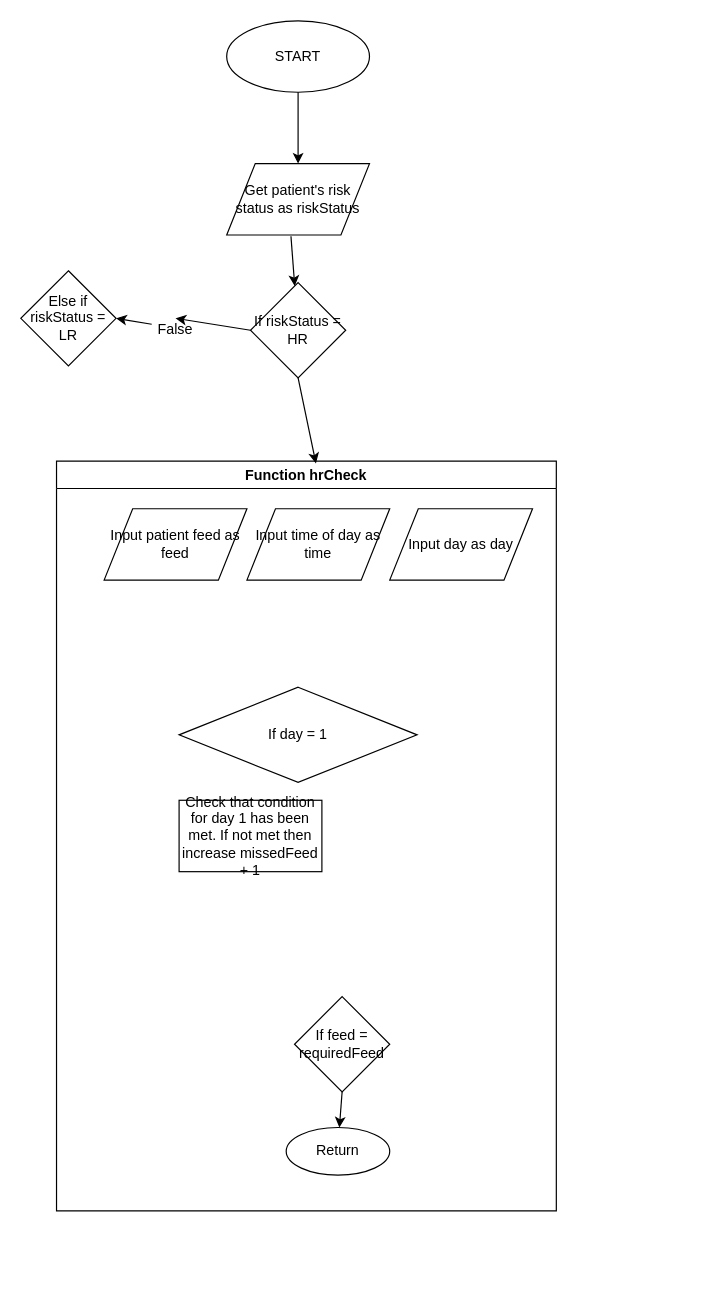
MichaelTonkin/ic-food-helper keeps this draw.io diagram as plan/ifd-algorithm.drawio. Above is the earlier version. Source tidied: cells renumbered, new cells numbered last; positions are measured from the earlier drawing's top-left corner, leaving out a move shared by most shapes. Both pictures are drawn from the tidied source at 119%, with x=0, y=0 at pixel (20, 20).
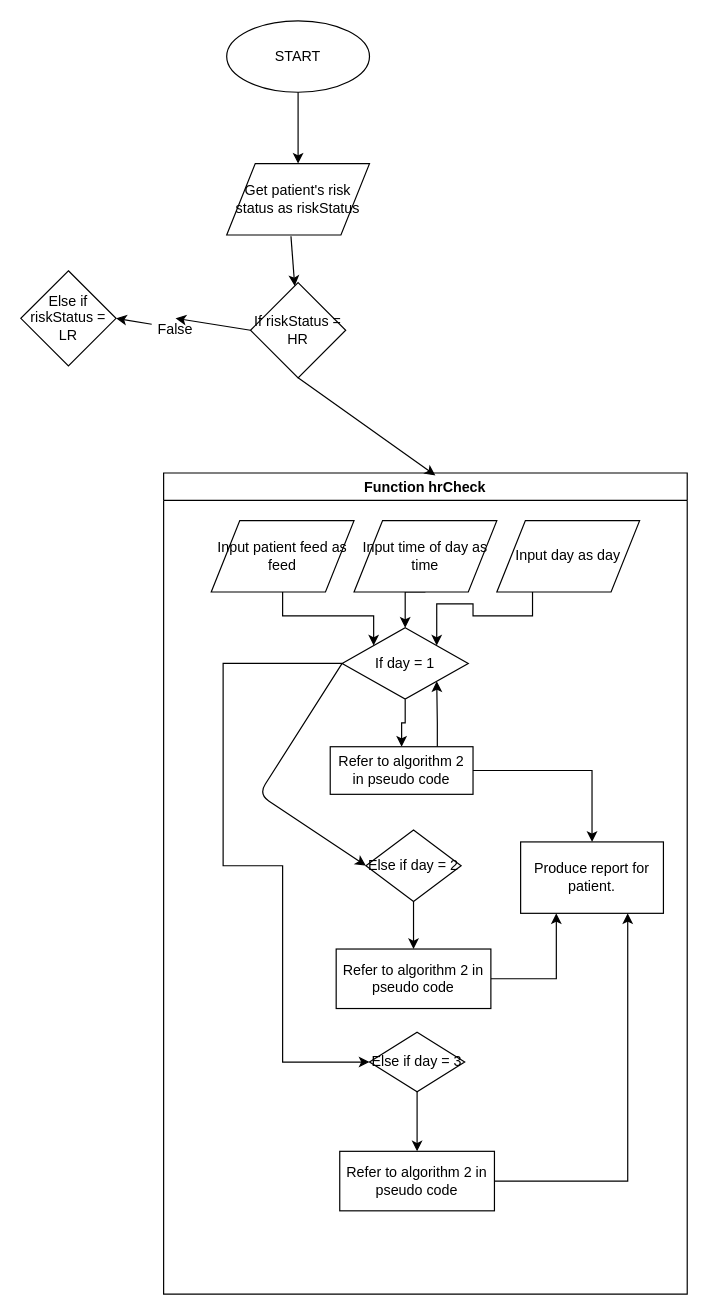
After the change.

The change refers to these unchanged cells:
```xml
<mxCell id="12" value="Input patient feed as feed" style="shape=parallelogram;perimeter=parallelogramPerimeter;whiteSpace=wrap;html=1;" parent="11" vertex="1">
  <mxGeometry x="40" y="40" width="120" height="60" as="geometry" />
</mxCell>
<mxCell id="13" value="Input time of day as time" style="shape=parallelogram;perimeter=parallelogramPerimeter;whiteSpace=wrap;html=1;" parent="11" vertex="1">
  <mxGeometry x="160" y="40" width="120" height="60" as="geometry" />
</mxCell>
<mxCell id="18" value="Input day as day" style="shape=parallelogram;perimeter=parallelogramPerimeter;whiteSpace=wrap;html=1;" parent="11" vertex="1">
  <mxGeometry x="280" y="40" width="120" height="60" as="geometry" />
</mxCell>
```

The edit, as a diff of the source:
```diff
@@
     <mxCell id="11" value="Function hrCheck" style="swimlane;" parent="1" vertex="1">
-      <mxGeometry x="30" y="370" width="420" height="630" as="geometry" />
+      <mxGeometry x="120" y="380" width="440" height="690" as="geometry" />
     </mxCell>
+    <mxCell id="21" style="edgeStyle=orthogonalEdgeStyle;rounded=0;jettySize=auto;html=1;entryX=0;entryY=0;entryDx=0;entryDy=0;" parent="11" edge="1" source="12" target="17">
+      <mxGeometry relative="1" as="geometry" />
+    </mxCell>
@@
+    <mxCell id="22" style="edgeStyle=orthogonalEdgeStyle;rounded=0;jettySize=auto;html=1;exitX=0.5;exitY=1;exitDx=0;exitDy=0;entryX=0.5;entryY=0;entryDx=0;entryDy=0;" parent="11" edge="1" source="13" target="17">
+      <mxGeometry relative="1" as="geometry" />
+    </mxCell>
@@
-    <mxCell id="14" value="If feed = requiredFeed" style="rhombus;whiteSpace=wrap;html=1;" parent="11" vertex="1">
-      <mxGeometry x="200" y="450" width="80" height="80" as="geometry" />
-    </mxCell>
-    <mxCell id="15" value="Return" style="ellipse;whiteSpace=wrap;html=1;" parent="11" vertex="1">
-      <mxGeometry x="193" y="560" width="87" height="40" as="geometry" />
-    </mxCell>
-    <mxCell id="16" style="endArrow=classic;html=1;exitX=0.5;exitY=1;exitDx=0;exitDy=0;" parent="11" edge="1" source="14" target="15">
-      <mxGeometry relative="1" as="geometry" />
-    </mxCell>
+    <mxCell id="23" style="edgeStyle=orthogonalEdgeStyle;rounded=0;jettySize=auto;html=1;" parent="11" edge="1" source="17" target="19">
+      <mxGeometry relative="1" as="geometry" />
+    </mxCell>
+    <mxCell id="24" style="edgeStyle=orthogonalEdgeStyle;rounded=0;jettySize=auto;html=1;entryX=0;entryY=0.5;entryDx=0;entryDy=0;" parent="11" edge="1" source="17" target="34">
+      <mxGeometry relative="1" as="geometry">
+        <Array as="points">
+          <mxPoint x="50" y="160" />
+          <mxPoint x="50" y="330" />
+          <mxPoint x="100" y="330" />
+          <mxPoint x="100" y="495" />
+        </Array>
+      </mxGeometry>
+    </mxCell>
     <mxCell id="17" value="If day = 1" style="rhombus;whiteSpace=wrap;html=1;" parent="11" vertex="1">
-      <mxGeometry x="103" y="190" width="200" height="80" as="geometry" />
+      <mxGeometry x="150" y="130" width="106" height="60" as="geometry" />
     </mxCell>
+    <mxCell id="25" style="edgeStyle=orthogonalEdgeStyle;rounded=0;jettySize=auto;html=1;exitX=0.25;exitY=1;exitDx=0;exitDy=0;entryX=1;entryY=0;entryDx=0;entryDy=0;" parent="11" edge="1" source="18" target="17">
+      <mxGeometry relative="1" as="geometry" />
+    </mxCell>
@@
+    <mxCell id="26" style="edgeStyle=orthogonalEdgeStyle;rounded=0;jettySize=auto;html=1;exitX=0.75;exitY=0;exitDx=0;exitDy=0;entryX=1;entryY=1;entryDx=0;entryDy=0;" parent="11" edge="1" source="19" target="17">
+      <mxGeometry relative="1" as="geometry" />
+    </mxCell>
+    <mxCell id="27" style="edgeStyle=orthogonalEdgeStyle;rounded=0;jettySize=auto;html=1;entryX=0.5;entryY=0;entryDx=0;entryDy=0;" parent="11" edge="1" source="19" target="37">
+      <mxGeometry relative="1" as="geometry" />
+    </mxCell>
-    <mxCell id="19" value="Check that condition for day 1 has been met. If not met then increase missedFeed + 1" style="rounded=0;whiteSpace=wrap;html=1;" parent="11" vertex="1">
-      <mxGeometry x="103" y="285" width="120" height="60" as="geometry" />
+    <mxCell id="19" value="Refer to algorithm 2 in pseudo code" style="rounded=0;whiteSpace=wrap;html=1;" parent="11" vertex="1">
+      <mxGeometry x="140" y="230" width="120" height="40" as="geometry" />
     </mxCell>
+    <mxCell id="28" style="edgeStyle=orthogonalEdgeStyle;rounded=0;jettySize=auto;html=1;exitX=0.5;exitY=1;exitDx=0;exitDy=0;entryX=0.5;entryY=0;entryDx=0;entryDy=0;" parent="11" edge="1" source="29" target="32">
+      <mxGeometry relative="1" as="geometry" />
+    </mxCell>
+    <mxCell id="29" value="Else if day = 2" style="rhombus;whiteSpace=wrap;html=1;" parent="11" vertex="1">
+      <mxGeometry x="170" y="300" width="80" height="60" as="geometry" />
+    </mxCell>
+    <mxCell id="30" style="endArrow=classic;html=1;exitX=0;exitY=0.5;exitDx=0;exitDy=0;entryX=0;entryY=0.5;entryDx=0;entryDy=0;" parent="11" edge="1" source="17" target="29">
+      <mxGeometry relative="1" as="geometry">
+        <Array as="points">
+          <mxPoint x="80" y="270" />
+        </Array>
+      </mxGeometry>
+    </mxCell>
+    <mxCell id="31" style="edgeStyle=orthogonalEdgeStyle;rounded=0;jettySize=auto;html=1;entryX=0.25;entryY=1;entryDx=0;entryDy=0;" parent="11" edge="1" source="32" target="37">
+      <mxGeometry relative="1" as="geometry" />
+    </mxCell>
+    <mxCell id="32" value="Refer to algorithm 2 in pseudo code" style="rounded=0;whiteSpace=wrap;html=1;" parent="11" vertex="1">
+      <mxGeometry x="145" y="400" width="130" height="50" as="geometry" />
+    </mxCell>
+    <mxCell id="33" style="edgeStyle=orthogonalEdgeStyle;rounded=0;jettySize=auto;html=1;" parent="11" edge="1" source="34" target="36">
+      <mxGeometry relative="1" as="geometry" />
+    </mxCell>
+    <mxCell id="34" value="Else if day = 3" style="rhombus;whiteSpace=wrap;html=1;" parent="11" vertex="1">
+      <mxGeometry x="173" y="470" width="80" height="50" as="geometry" />
+    </mxCell>
+    <mxCell id="35" style="edgeStyle=orthogonalEdgeStyle;rounded=0;jettySize=auto;html=1;entryX=0.75;entryY=1;entryDx=0;entryDy=0;" parent="11" edge="1" source="36" target="37">
+      <mxGeometry relative="1" as="geometry" />
+    </mxCell>
+    <mxCell id="36" value="Refer to algorithm 2 in pseudo code" style="rounded=0;whiteSpace=wrap;html=1;" parent="11" vertex="1">
+      <mxGeometry x="148" y="570" width="130" height="50" as="geometry" />
+    </mxCell>
+    <mxCell id="37" value="Produce report for patient." style="rounded=0;whiteSpace=wrap;html=1;" parent="11" vertex="1">
+      <mxGeometry x="300" y="310" width="120" height="60" as="geometry" />
+    </mxCell>
```
